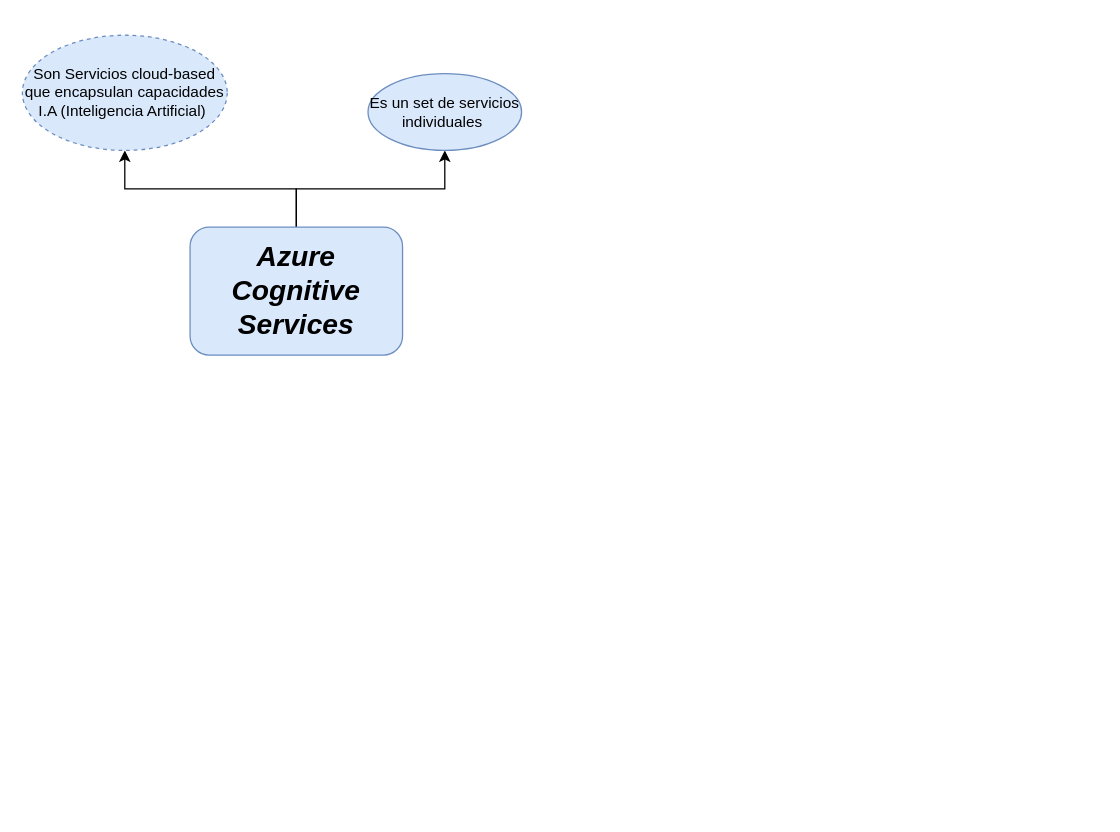
This is Azure Cognitive Services.drawio from Redcouz/AzureDevOpsDiagram, a draw.io file, before an edit. Source tidied: cells renumbered, new cells numbered last; positions are measured from the earlier drawing's top-left corner, leaving out a move shared by most shapes. Both pictures are drawn from the tidied source at 128%, with x=0, y=0 at pixel (22, 35).
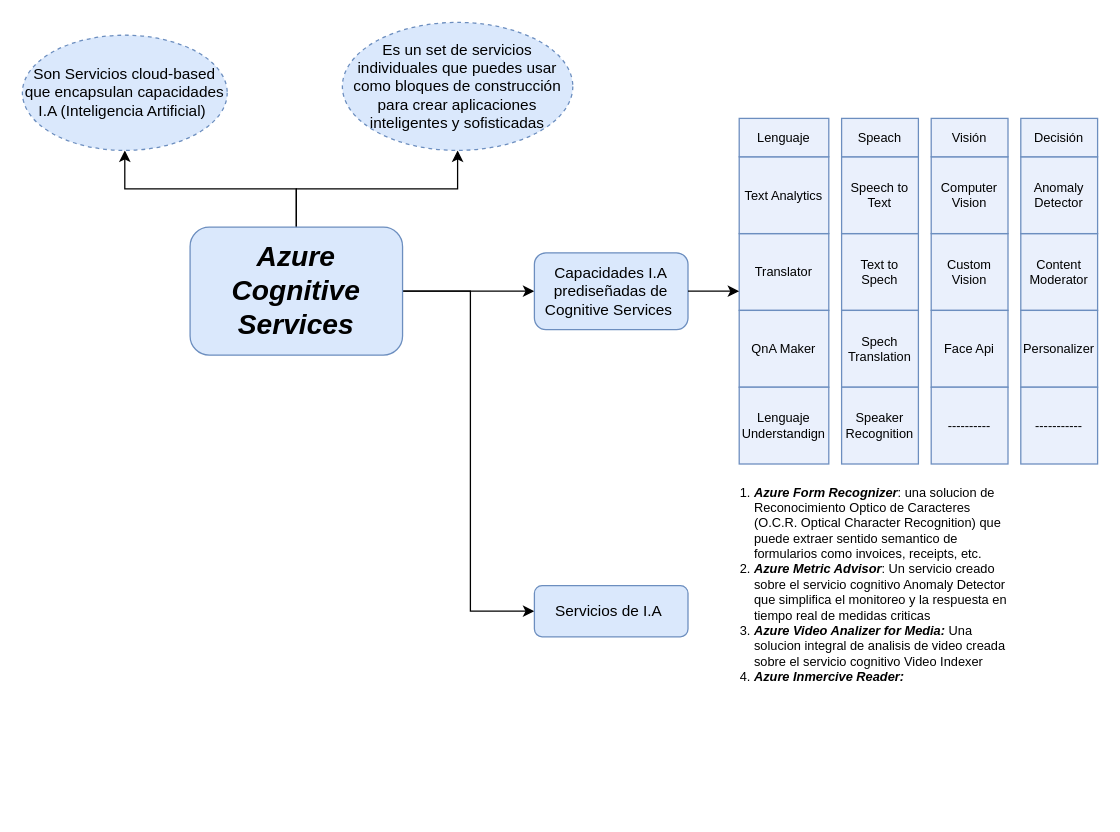
After the change.

The change refers to these unchanged cells:
```xml
<mxCell id="4" value="&lt;font style=&quot;font-size: 22px&quot;&gt;&lt;b&gt;&lt;i&gt;Azure Cognitive Services&lt;/i&gt;&lt;/b&gt;&lt;/font&gt;" style="rounded=1;whiteSpace=wrap;html=1;fillColor=#dae8fc;strokeColor=#6c8ebf;" parent="1" vertex="1">
  <mxGeometry x="131" y="150" width="166" height="100" as="geometry" />
</mxCell>
```

Change to the diagram source:
```diff
@@
+    <mxCell id="7" style="edgeStyle=orthogonalEdgeStyle;rounded=0;jettySize=auto;html=1;fontSize=22;" parent="1" edge="1" source="4" target="9">
+      <mxGeometry relative="1" as="geometry" />
+    </mxCell>
+    <mxCell id="8" style="edgeStyle=orthogonalEdgeStyle;rounded=0;jettySize=auto;html=1;fontSize=10;entryX=0;entryY=0.5;entryDx=0;entryDy=0;" parent="1" edge="1" source="4" target="31">
+      <mxGeometry relative="1" as="geometry">
+        <Array as="points">
+          <mxPoint x="350" y="200" />
+          <mxPoint x="350" y="450" />
+        </Array>
+      </mxGeometry>
+    </mxCell>
@@
-    <mxCell id="6" value="Es un set de servicios individuales&amp;nbsp;" style="ellipse;whiteSpace=wrap;html=1;rounded=1;strokeColor=#6c8ebf;fillColor=#dae8fc;" parent="1" vertex="1">
-      <mxGeometry x="270" y="30" width="120" height="60" as="geometry" />
+    <mxCell id="6" value="Es un set de servicios individuales que puedes usar como bloques de construcción para crear aplicaciones inteligentes y sofisticadas" style="ellipse;whiteSpace=wrap;html=1;rounded=1;strokeColor=#6c8ebf;fillColor=#dae8fc;dashed=1;" parent="1" vertex="1">
+      <mxGeometry x="250" y="-10" width="180" height="100" as="geometry" />
     </mxCell>
+    <mxCell id="9" value="Capacidades I.A prediseñadas de Cognitive Services&amp;nbsp;" style="whiteSpace=wrap;html=1;rounded=1;strokeColor=#6c8ebf;fillColor=#dae8fc;" parent="1" vertex="1">
+      <mxGeometry x="400" y="170" width="120" height="60" as="geometry" />
+    </mxCell>
+    <mxCell id="10" value="Translator" style="rounded=0;whiteSpace=wrap;html=1;fontSize=10;fillColor=#EAF0FC;strokeColor=#6c8ebf;" parent="1" vertex="1">
+      <mxGeometry x="560" y="155" width="70" height="60" as="geometry" />
+    </mxCell>
+    <mxCell id="11" value="Text to Spech" style="rounded=0;whiteSpace=wrap;html=1;fontSize=10;fillColor=#EAF0FC;strokeColor=#6c8ebf;" parent="1" vertex="1">
+      <mxGeometry x="640" y="155" width="60" height="60" as="geometry" />
+    </mxCell>
+    <mxCell id="12" value="Custom Vision" style="rounded=0;whiteSpace=wrap;html=1;fontSize=10;fillColor=#EAF0FC;strokeColor=#6c8ebf;" parent="1" vertex="1">
+      <mxGeometry x="710" y="155" width="60" height="60" as="geometry" />
+    </mxCell>
+    <mxCell id="13" value="Content Moderator" style="rounded=0;whiteSpace=wrap;html=1;fontSize=10;fillColor=#EAF0FC;strokeColor=#6c8ebf;" parent="1" vertex="1">
+      <mxGeometry x="780" y="155" width="60" height="60" as="geometry" />
+    </mxCell>
+    <mxCell id="14" value="QnA Maker" style="rounded=0;whiteSpace=wrap;html=1;fontSize=10;fillColor=#EAF0FC;strokeColor=#6c8ebf;" parent="1" vertex="1">
+      <mxGeometry x="560" y="215" width="70" height="60" as="geometry" />
+    </mxCell>
+    <mxCell id="15" value="Spech Translation" style="rounded=0;whiteSpace=wrap;html=1;fontSize=10;fillColor=#EAF0FC;strokeColor=#6c8ebf;" parent="1" vertex="1">
+      <mxGeometry x="640" y="215" width="60" height="60" as="geometry" />
+    </mxCell>
+    <mxCell id="16" value="Face Api" style="rounded=0;whiteSpace=wrap;html=1;fontSize=10;fillColor=#EAF0FC;strokeColor=#6c8ebf;" parent="1" vertex="1">
+      <mxGeometry x="710" y="215" width="60" height="60" as="geometry" />
+    </mxCell>
+    <mxCell id="17" value="Personalizer" style="rounded=0;whiteSpace=wrap;html=1;fontSize=10;fillColor=#EAF0FC;strokeColor=#6c8ebf;" parent="1" vertex="1">
+      <mxGeometry x="780" y="215" width="60" height="60" as="geometry" />
+    </mxCell>
+    <mxCell id="18" value="Lenguaje Understandign" style="rounded=0;whiteSpace=wrap;html=1;fontSize=10;fillColor=#EAF0FC;strokeColor=#6c8ebf;" parent="1" vertex="1">
+      <mxGeometry x="560" y="275" width="70" height="60" as="geometry" />
+    </mxCell>
+    <mxCell id="19" value="Speaker Recognition" style="rounded=0;whiteSpace=wrap;html=1;fontSize=10;fillColor=#EAF0FC;strokeColor=#6c8ebf;" parent="1" vertex="1">
+      <mxGeometry x="640" y="275" width="60" height="60" as="geometry" />
+    </mxCell>
+    <mxCell id="20" value="----------" style="rounded=0;whiteSpace=wrap;html=1;fontSize=10;fillColor=#EAF0FC;strokeColor=#6c8ebf;" parent="1" vertex="1">
+      <mxGeometry x="710" y="275" width="60" height="60" as="geometry" />
+    </mxCell>
+    <mxCell id="21" value="-----------" style="rounded=0;whiteSpace=wrap;html=1;fontSize=10;fillColor=#EAF0FC;strokeColor=#6c8ebf;" parent="1" vertex="1">
+      <mxGeometry x="780" y="275" width="60" height="60" as="geometry" />
+    </mxCell>
+    <mxCell id="22" value="Text Analytics" style="rounded=0;whiteSpace=wrap;html=1;fontSize=10;fillColor=#EAF0FC;strokeColor=#6c8ebf;" parent="1" vertex="1">
+      <mxGeometry x="560" y="95" width="70" height="60" as="geometry" />
+    </mxCell>
+    <mxCell id="23" value="Speech to Text" style="rounded=0;whiteSpace=wrap;html=1;fontSize=10;fillColor=#EAF0FC;strokeColor=#6c8ebf;" parent="1" vertex="1">
+      <mxGeometry x="640" y="95" width="60" height="60" as="geometry" />
+    </mxCell>
+    <mxCell id="24" value="Computer Vision" style="rounded=0;whiteSpace=wrap;html=1;fontSize=10;fillColor=#EAF0FC;strokeColor=#6c8ebf;" parent="1" vertex="1">
+      <mxGeometry x="710" y="95" width="60" height="60" as="geometry" />
+    </mxCell>
+    <mxCell id="25" value="Anomaly Detector" style="rounded=0;whiteSpace=wrap;html=1;fontSize=10;fillColor=#EAF0FC;strokeColor=#6c8ebf;" parent="1" vertex="1">
+      <mxGeometry x="780" y="95" width="60" height="60" as="geometry" />
+    </mxCell>
+    <mxCell id="26" value="&lt;font style=&quot;font-size: 10px&quot;&gt;Visión&lt;/font&gt;" style="rounded=0;whiteSpace=wrap;html=1;fontSize=10;fillColor=#EAF0FC;strokeColor=#6c8ebf;" parent="1" vertex="1">
+      <mxGeometry x="710" y="65" width="60" height="30" as="geometry" />
+    </mxCell>
+    <mxCell id="27" value="&lt;font style=&quot;font-size: 10px&quot;&gt;Decisión&lt;/font&gt;" style="rounded=0;whiteSpace=wrap;html=1;fontSize=10;fillColor=#EAF0FC;strokeColor=#6c8ebf;" parent="1" vertex="1">
+      <mxGeometry x="780" y="65" width="60" height="30" as="geometry" />
+    </mxCell>
+    <mxCell id="28" value="&lt;font style=&quot;font-size: 10px;&quot;&gt;Lenguaje&lt;/font&gt;" style="rounded=0;whiteSpace=wrap;html=1;fontSize=10;fillColor=#EAF0FC;strokeColor=#6c8ebf;" parent="1" vertex="1">
+      <mxGeometry x="560" y="65" width="70" height="30" as="geometry" />
+    </mxCell>
+    <mxCell id="29" value="&lt;font style=&quot;font-size: 10px&quot;&gt;Speach&lt;/font&gt;" style="rounded=0;whiteSpace=wrap;html=1;fontSize=10;fillColor=#EAF0FC;strokeColor=#6c8ebf;" parent="1" vertex="1">
+      <mxGeometry x="640" y="65" width="60" height="30" as="geometry" />
+    </mxCell>
+    <mxCell id="30" style="endArrow=classic;html=1;rounded=0;fontSize=10;exitX=1;exitY=0.5;exitDx=0;exitDy=0;entryX=0;entryY=0.75;entryDx=0;entryDy=0;" parent="1" edge="1" source="9" target="10">
+      <mxGeometry relative="1" as="geometry" />
+    </mxCell>
+    <mxCell id="31" value="Servicios de I.A&amp;nbsp;" style="whiteSpace=wrap;html=1;rounded=1;strokeColor=#6c8ebf;fillColor=#dae8fc;" parent="1" vertex="1">
+      <mxGeometry x="400" y="430" width="120" height="40" as="geometry" />
+    </mxCell>
+    <mxCell id="32" value="&lt;ol&gt;&lt;li&gt;&lt;b&gt;&lt;i&gt;Azure Form Recognizer&lt;/i&gt;&lt;/b&gt;: una solucion de Reconocimiento Optico de Caracteres (O.C.R. Optical Character Recognition) que puede extraer sentido semantico de formularios como invoices, receipts, etc.&lt;/li&gt;&lt;li&gt;&lt;b&gt;&lt;i&gt;Azure Metric Advisor&lt;/i&gt;&lt;/b&gt;: Un servicio creado sobre el servicio cognitivo Anomaly Detector que simplifica el monitoreo y la respuesta en tiempo real de medidas criticas&lt;/li&gt;&lt;li&gt;&lt;i style=&quot;font-weight: bold&quot;&gt;Azure Video Analizer for Media: &lt;/i&gt;Una solucion integral de analisis de video creada sobre el servicio cognitivo Video Indexer&lt;/li&gt;&lt;li&gt;&lt;b&gt;&lt;i&gt;Azure Inmercive Reader:&lt;/i&gt;&lt;/b&gt;&lt;/li&gt;&lt;/ol&gt;" style="text;html=1;strokeColor=none;fillColor=none;align=left;verticalAlign=top;whiteSpace=wrap;rounded=0;fontSize=10;" parent="1" vertex="1">
+      <mxGeometry x="530" y="335" width="240" height="270" as="geometry" />
+    </mxCell>
```
